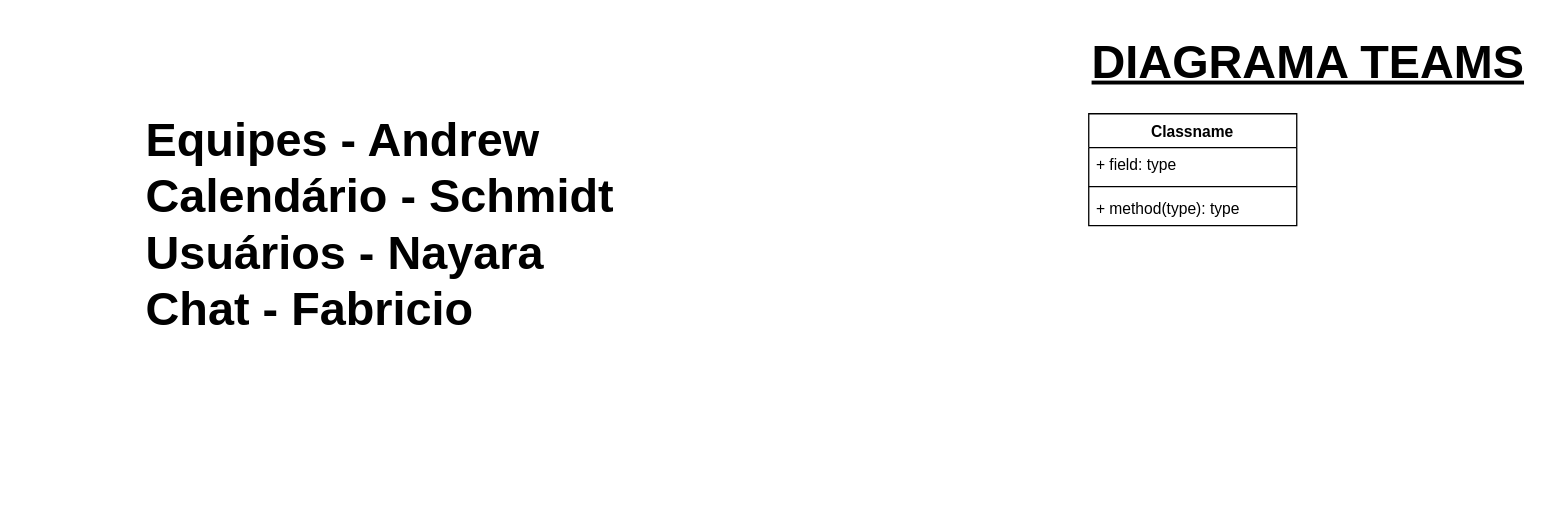
Earlier version of the draw.io diagram DiagramaDeClasse.drawio (Mathschmidt/POO-Abstracao). Source tidied: cells renumbered, new cells numbered last; positions are measured from the earlier drawing's top-left corner, leaving out a move shared by most shapes. Both pictures are drawn from the tidied source at 130%, with x=0, y=0 at pixel (74, 22).
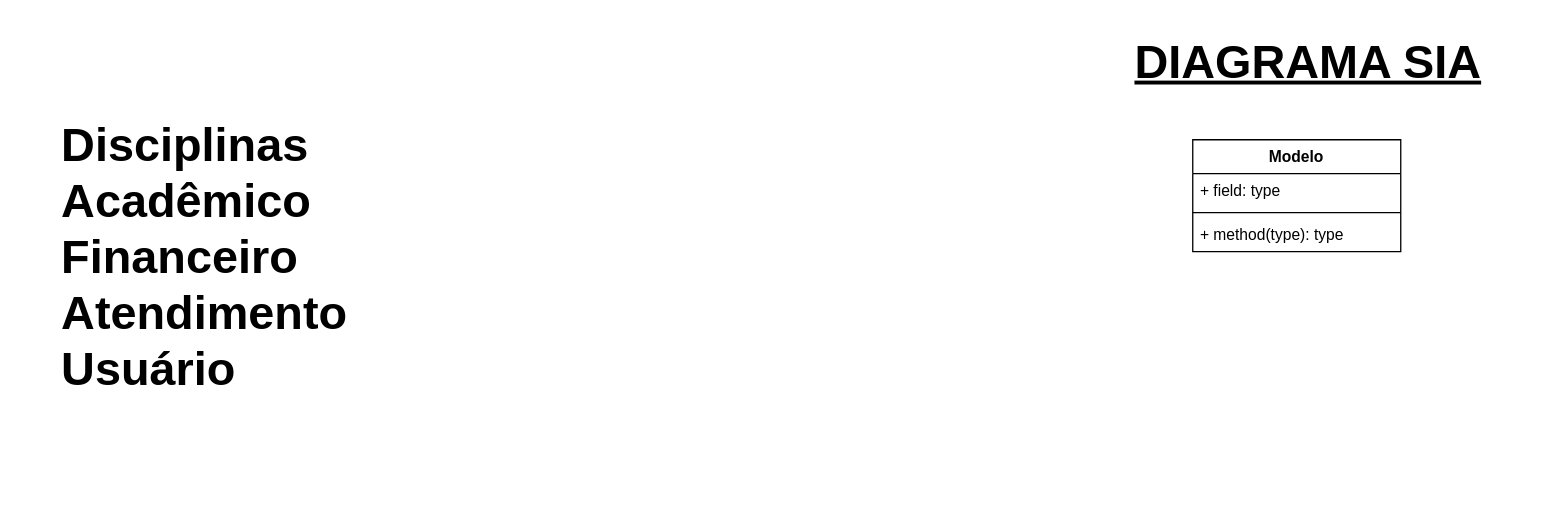
The same diagram, later.

Commit message:
Atualizacao_DenificaoDoProjeto_DiagramaDeClasse.drawio

Change to the diagram source:
```diff
@@
 <mxGraphModel>
   <root>
     <mxCell id="0" />
     <mxCell id="1" parent="0" />
-    <mxCell id="2" value="&lt;span style=&quot;font-size: 36px&quot;&gt;&lt;b&gt;&lt;u&gt;DIAGRAMA TEAMS&lt;/u&gt;&lt;/b&gt;&lt;/span&gt;" style="text;html=1;strokeColor=none;fillColor=none;align=center;verticalAlign=middle;whiteSpace=wrap;rounded=0;" parent="1" vertex="1">
+    <mxCell id="2" value="&lt;span style=&quot;font-size: 36px&quot;&gt;&lt;b&gt;&lt;u&gt;DIAGRAMA SIA&lt;/u&gt;&lt;/b&gt;&lt;/span&gt;" style="text;html=1;strokeColor=none;fillColor=none;align=center;verticalAlign=middle;whiteSpace=wrap;rounded=0;" parent="1" vertex="1">
       <mxGeometry x="769" width="360" height="60" as="geometry" />
     </mxCell>
-    <mxCell id="3" value="Classname" style="swimlane;fontStyle=1;align=center;verticalAlign=top;horizontal=1;startSize=26;" parent="1" vertex="1">
-      <mxGeometry x="780" y="70" width="160" height="86" as="geometry" />
+    <mxCell id="3" value="Modelo" style="swimlane;fontStyle=1;align=center;verticalAlign=top;horizontal=1;startSize=26;" parent="1" vertex="1">
+      <mxGeometry x="860" y="90" width="160" height="86" as="geometry" />
     </mxCell>
     <mxCell id="4" value="+ field: type" style="text;strokeColor=none;fillColor=none;align=left;verticalAlign=top;spacingLeft=4;spacingRight=4;overflow=hidden;" parent="3" vertex="1">
       <mxGeometry y="26" width="160" height="26" as="geometry" />
     </mxCell>
     <mxCell id="5" style="line;strokeWidth=1;fillColor=none;align=left;verticalAlign=middle;spacingTop=-1;spacingLeft=3;spacingRight=3;labelPosition=right;" parent="3" vertex="1">
       <mxGeometry y="52" width="160" height="8" as="geometry" />
     </mxCell>
     <mxCell id="6" value="+ method(type): type" style="text;strokeColor=none;fillColor=none;align=left;verticalAlign=top;spacingLeft=4;spacingRight=4;overflow=hidden;" parent="3" vertex="1">
       <mxGeometry y="60" width="160" height="26" as="geometry" />
     </mxCell>
-    <mxCell id="7" value="&lt;div style=&quot;text-align: left&quot;&gt;&lt;b style=&quot;font-size: 36px&quot;&gt;Equipes - Andrew&lt;/b&gt;&lt;/div&gt;&lt;span style=&quot;font-size: 36px&quot;&gt;&lt;div style=&quot;text-align: left&quot;&gt;&lt;b&gt;Calendário - Schmidt&lt;/b&gt;&lt;/div&gt;&lt;b&gt;&lt;div style=&quot;text-align: left&quot;&gt;&lt;b&gt;Usuários - Nayara&lt;/b&gt;&lt;/div&gt;&lt;div style=&quot;text-align: left&quot;&gt;&lt;b&gt;Chat - Fabricio&lt;/b&gt;&lt;/div&gt;&lt;/b&gt;&lt;/span&gt;" style="text;html=1;strokeColor=none;fillColor=none;align=center;verticalAlign=middle;whiteSpace=wrap;rounded=0;" parent="1" vertex="1">
-      <mxGeometry y="30" width="470" height="250" as="geometry" />
+    <mxCell id="7" value="&lt;div style=&quot;text-align: left&quot;&gt;&lt;span style=&quot;font-size: 36px&quot;&gt;&lt;b&gt;Disciplinas&lt;/b&gt;&lt;/span&gt;&lt;/div&gt;&lt;div style=&quot;text-align: left&quot;&gt;&lt;span style=&quot;font-size: 36px&quot;&gt;&lt;b&gt;Acadêmico&lt;/b&gt;&lt;/span&gt;&lt;/div&gt;&lt;div style=&quot;text-align: left&quot;&gt;&lt;span style=&quot;font-size: 36px&quot;&gt;&lt;b&gt;Financeiro&lt;/b&gt;&lt;/span&gt;&lt;/div&gt;&lt;div style=&quot;text-align: left&quot;&gt;&lt;span style=&quot;font-size: 36px&quot;&gt;&lt;b&gt;Atendimento&lt;/b&gt;&lt;/span&gt;&lt;/div&gt;&lt;div style=&quot;text-align: left&quot;&gt;&lt;span style=&quot;font-size: 36px&quot;&gt;&lt;b&gt;Usuário&lt;/b&gt;&lt;/span&gt;&lt;/div&gt;" style="text;html=1;strokeColor=none;fillColor=none;align=center;verticalAlign=middle;whiteSpace=wrap;rounded=0;" parent="1" vertex="1">
+      <mxGeometry x="-40" width="280" height="360" as="geometry" />
     </mxCell>
   </root>
 </mxGraphModel>
```
